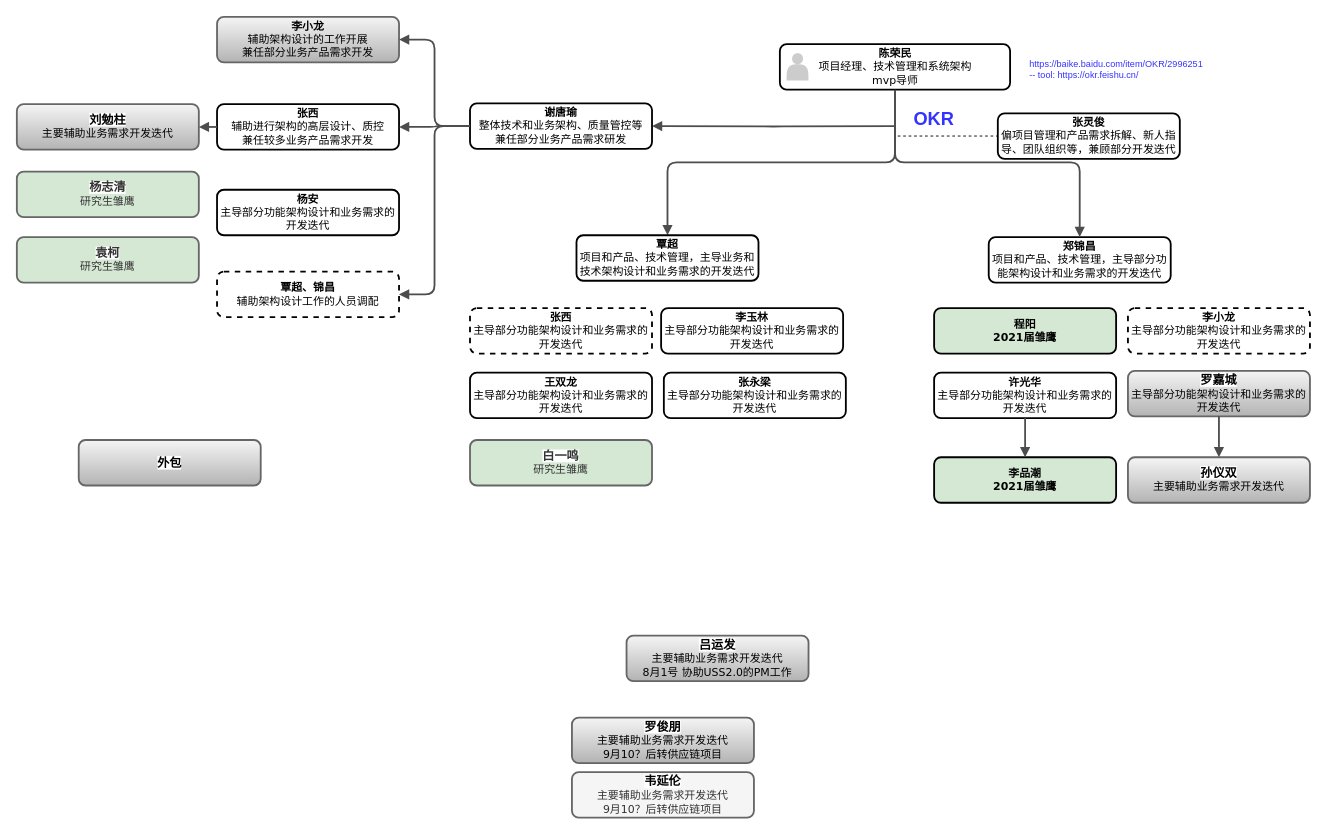
Above: tshop/组织架构.drawio in lawplus/diagrams (draw.io), before the change. Source tidied: cells renumbered, new cells numbered last; positions are measured from the earlier drawing's top-left corner, leaving out a move shared by most shapes. Both pictures are drawn from the tidied source at 91%, with x=0, y=0 at pixel (16, 16).
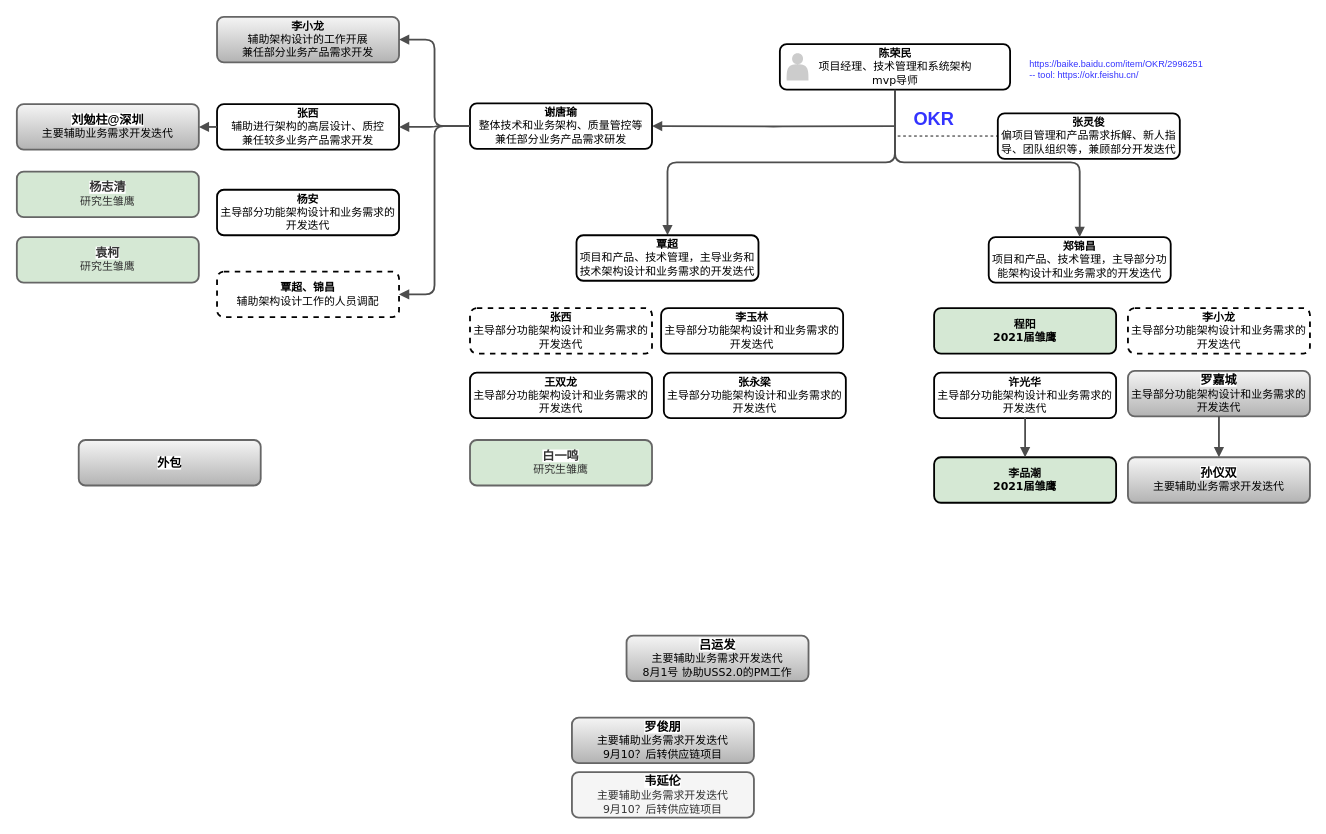
The same page after the edit.

Diff of the diagram source:
```diff
@@
-    <mxCell id="10" value="&lt;div&gt;&lt;span style=&quot;font-family: &amp;#34;arial&amp;#34; ; font-size: 13.3333px ; text-align: left ; background-color: rgb(255 , 255 , 255)&quot;&gt;刘勉柱&lt;/span&gt;&lt;br&gt;&lt;/div&gt;&lt;div&gt;&lt;span style=&quot;font-weight: normal&quot;&gt;主要辅助业务需求开发迭代&lt;/span&gt;&lt;/div&gt;" style="whiteSpace=wrap;html=1;rounded=1;shadow=0;comic=0;strokeWidth=2;fontFamily=Verdana;align=center;fontSize=12;fontStyle=1;fillColor=#f5f5f5;strokeColor=#666666;gradientColor=#b3b3b3;" parent="1" vertex="1">
+    <mxCell id="10" value="&lt;div&gt;&lt;span style=&quot;font-family: &amp;#34;arial&amp;#34; ; font-size: 13.3333px ; text-align: left ; background-color: rgb(255 , 255 , 255)&quot;&gt;刘勉柱@深圳&lt;/span&gt;&lt;br&gt;&lt;/div&gt;&lt;div&gt;&lt;span style=&quot;font-weight: normal&quot;&gt;主要辅助业务需求开发迭代&lt;/span&gt;&lt;/div&gt;" style="whiteSpace=wrap;html=1;rounded=1;shadow=0;comic=0;strokeWidth=2;fontFamily=Verdana;align=center;fontSize=12;fontStyle=1;fillColor=#f5f5f5;strokeColor=#666666;gradientColor=#b3b3b3;" parent="1" vertex="1">
       <mxGeometry y="96" width="200" height="50" as="geometry" />
     </mxCell>
```
